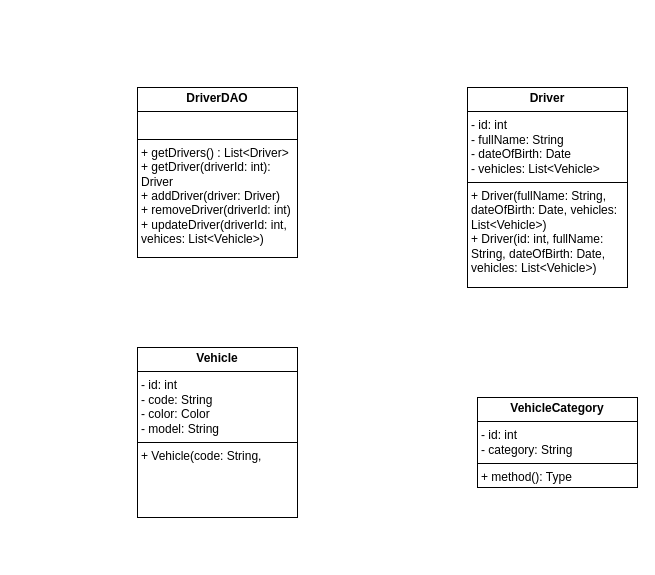
Earlier version of the draw.io diagram lab2.drawio (duahifnv/SystemsArchitecture). Source tidied: cells renumbered, new cells numbered last; positions are measured from the earlier drawing's top-left corner, leaving out a move shared by most shapes. Both pictures are drawn from the tidied source at 100%, with x=0, y=0 at pixel (137, 87).
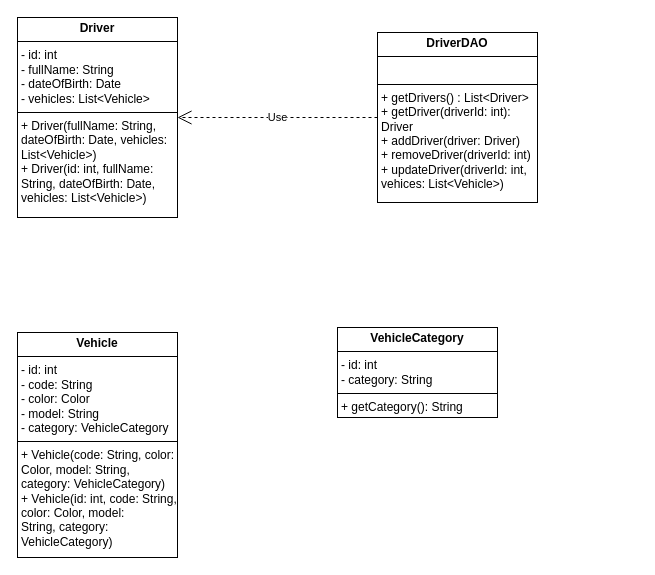
After the change.

The edit, as a diff of the source:
```diff
@@
 <mxGraphModel>
   <root>
     <mxCell id="0" />
     <mxCell id="1" parent="0" />
     <mxCell id="2" value="&lt;p style=&quot;margin:0px;margin-top:4px;text-align:center;&quot;&gt;&lt;b&gt;DriverDAO&lt;/b&gt;&lt;/p&gt;&lt;hr size=&quot;1&quot; style=&quot;border-style:solid;&quot;&gt;&lt;p style=&quot;margin:0px;margin-left:4px;&quot;&gt;&lt;br&gt;&lt;/p&gt;&lt;hr size=&quot;1&quot; style=&quot;border-style:solid;&quot;&gt;&lt;p style=&quot;margin:0px;margin-left:4px;&quot;&gt;+ getDrivers() : List&amp;lt;Driver&amp;gt;&lt;/p&gt;&lt;p style=&quot;margin:0px;margin-left:4px;&quot;&gt;+ getDriver(driverId: int): Driver&lt;/p&gt;&lt;p style=&quot;margin:0px;margin-left:4px;&quot;&gt;+ addDriver(driver: Driver)&lt;/p&gt;&lt;p style=&quot;margin:0px;margin-left:4px;&quot;&gt;+ removeDriver(driverId: int)&lt;/p&gt;&lt;p style=&quot;margin:0px;margin-left:4px;&quot;&gt;+ updateDriver(driverId: int, vehices: List&amp;lt;Vehicle&amp;gt;)&lt;/p&gt;" style="verticalAlign=top;align=left;overflow=fill;html=1;whiteSpace=wrap;" parent="1" vertex="1">
-      <mxGeometry width="160" height="170" as="geometry" />
+      <mxGeometry x="240" y="-55" width="160" height="170" as="geometry" />
     </mxCell>
     <mxCell id="3" value="&lt;p style=&quot;margin:0px;margin-top:4px;text-align:center;&quot;&gt;&lt;b&gt;Driver&lt;/b&gt;&lt;/p&gt;&lt;hr size=&quot;1&quot; style=&quot;border-style:solid;&quot;&gt;&lt;p style=&quot;margin:0px;margin-left:4px;&quot;&gt;- id: int&lt;/p&gt;&lt;p style=&quot;margin:0px;margin-left:4px;&quot;&gt;- fullName: String&lt;/p&gt;&lt;p style=&quot;margin:0px;margin-left:4px;&quot;&gt;- dateOfBirth: Date&lt;/p&gt;&lt;p style=&quot;margin:0px;margin-left:4px;&quot;&gt;- vehicles: List&amp;lt;Vehicle&amp;gt;&lt;/p&gt;&lt;hr size=&quot;1&quot; style=&quot;border-style:solid;&quot;&gt;&lt;p style=&quot;margin:0px;margin-left:4px;&quot;&gt;+ Driver(fullName: String, dateOfBirth: Date, vehicles: List&amp;lt;Vehicle&amp;gt;)&lt;/p&gt;&lt;p style=&quot;margin:0px;margin-left:4px;&quot;&gt;+ Driver(id: int,&amp;nbsp;&lt;span style=&quot;background-color: initial;&quot;&gt;fullName: String, dateOfBirth: Date, vehicles: List&amp;lt;Vehicle&amp;gt;)&lt;/span&gt;&lt;/p&gt;" style="verticalAlign=top;align=left;overflow=fill;html=1;whiteSpace=wrap;" parent="1" vertex="1">
-      <mxGeometry x="330" width="160" height="200" as="geometry" />
+      <mxGeometry x="-120" y="-70" width="160" height="200" as="geometry" />
     </mxCell>
-    <mxCell id="4" value="&lt;p style=&quot;margin:0px;margin-top:4px;text-align:center;&quot;&gt;&lt;b&gt;Vehicle&lt;/b&gt;&lt;/p&gt;&lt;hr size=&quot;1&quot; style=&quot;border-style:solid;&quot;&gt;&lt;p style=&quot;margin: 0px 0px 0px 4px;&quot;&gt;- id: int&lt;/p&gt;&lt;p style=&quot;margin: 0px 0px 0px 4px;&quot;&gt;- code: String&lt;/p&gt;&lt;p style=&quot;margin: 0px 0px 0px 4px;&quot;&gt;- color: Color&lt;/p&gt;&lt;p style=&quot;margin: 0px 0px 0px 4px;&quot;&gt;- model: String&lt;/p&gt;&lt;hr size=&quot;1&quot; style=&quot;border-style:solid;&quot;&gt;&lt;p style=&quot;margin:0px;margin-left:4px;&quot;&gt;+ Vehicle(code: String,&amp;nbsp;&amp;nbsp;&lt;/p&gt;" style="verticalAlign=top;align=left;overflow=fill;html=1;whiteSpace=wrap;" parent="1" vertex="1">
-      <mxGeometry y="260" width="160" height="170" as="geometry" />
+    <mxCell id="4" value="&lt;p style=&quot;margin:0px;margin-top:4px;text-align:center;&quot;&gt;&lt;b&gt;Vehicle&lt;/b&gt;&lt;/p&gt;&lt;hr size=&quot;1&quot; style=&quot;border-style:solid;&quot;&gt;&lt;p style=&quot;margin: 0px 0px 0px 4px;&quot;&gt;- id: int&lt;/p&gt;&lt;p style=&quot;margin: 0px 0px 0px 4px;&quot;&gt;- code: String&lt;/p&gt;&lt;p style=&quot;margin: 0px 0px 0px 4px;&quot;&gt;- color: Color&lt;/p&gt;&lt;p style=&quot;margin: 0px 0px 0px 4px;&quot;&gt;- model: String&lt;/p&gt;&lt;p style=&quot;margin: 0px 0px 0px 4px;&quot;&gt;- category: VehicleCategory&lt;/p&gt;&lt;hr size=&quot;1&quot; style=&quot;border-style:solid;&quot;&gt;&lt;p style=&quot;margin:0px;margin-left:4px;&quot;&gt;+ Vehicle(code: String, color: Color, model: String, category: VehicleCategory)&lt;/p&gt;&lt;p style=&quot;margin:0px;margin-left:4px;&quot;&gt;+&amp;nbsp;&lt;span style=&quot;background-color: initial;&quot;&gt;Vehicle(id: int, code: String, color: Color, model: String,&amp;nbsp;&lt;/span&gt;&lt;span style=&quot;background-color: initial;&quot;&gt;category: VehicleCategory&lt;/span&gt;&lt;span style=&quot;background-color: initial;&quot;&gt;)&lt;/span&gt;&lt;/p&gt;&lt;p style=&quot;margin:0px;margin-left:4px;&quot;&gt;&lt;br&gt;&lt;/p&gt;&lt;p style=&quot;margin:0px;margin-left:4px;&quot;&gt;&lt;br&gt;&lt;/p&gt;" style="verticalAlign=top;align=left;overflow=fill;html=1;whiteSpace=wrap;" parent="1" vertex="1">
+      <mxGeometry x="-120" y="245" width="160" height="225" as="geometry" />
     </mxCell>
-    <mxCell id="5" value="&lt;p style=&quot;margin:0px;margin-top:4px;text-align:center;&quot;&gt;&lt;b&gt;VehicleCategory&lt;/b&gt;&lt;/p&gt;&lt;hr size=&quot;1&quot; style=&quot;border-style:solid;&quot;&gt;&lt;p style=&quot;margin:0px;margin-left:4px;&quot;&gt;- id: int&lt;/p&gt;&lt;p style=&quot;margin:0px;margin-left:4px;&quot;&gt;- category: String&lt;/p&gt;&lt;hr size=&quot;1&quot; style=&quot;border-style:solid;&quot;&gt;&lt;p style=&quot;margin:0px;margin-left:4px;&quot;&gt;+ method(): Type&lt;/p&gt;" style="verticalAlign=top;align=left;overflow=fill;html=1;whiteSpace=wrap;" parent="1" vertex="1">
-      <mxGeometry x="340" y="310" width="160" height="90" as="geometry" />
+    <mxCell id="5" value="&lt;p style=&quot;margin:0px;margin-top:4px;text-align:center;&quot;&gt;&lt;b&gt;VehicleCategory&lt;/b&gt;&lt;/p&gt;&lt;hr size=&quot;1&quot; style=&quot;border-style:solid;&quot;&gt;&lt;p style=&quot;margin:0px;margin-left:4px;&quot;&gt;- id: int&lt;/p&gt;&lt;p style=&quot;margin:0px;margin-left:4px;&quot;&gt;- category: String&lt;/p&gt;&lt;hr size=&quot;1&quot; style=&quot;border-style:solid;&quot;&gt;&lt;p style=&quot;margin:0px;margin-left:4px;&quot;&gt;+ getCategory(): String&lt;/p&gt;" style="verticalAlign=top;align=left;overflow=fill;html=1;whiteSpace=wrap;" parent="1" vertex="1">
+      <mxGeometry x="200" y="240" width="160" height="90" as="geometry" />
     </mxCell>
+    <mxCell id="6" value="Use" style="endArrow=open;endSize=12;dashed=1;html=1;rounded=0;exitX=0;exitY=0.5;exitDx=0;exitDy=0;entryX=1;entryY=0.5;entryDx=0;entryDy=0;" parent="1" edge="1" source="2" target="3">
+      <mxGeometry relative="1" as="geometry" />
+    </mxCell>
   </root>
 </mxGraphModel>
```
